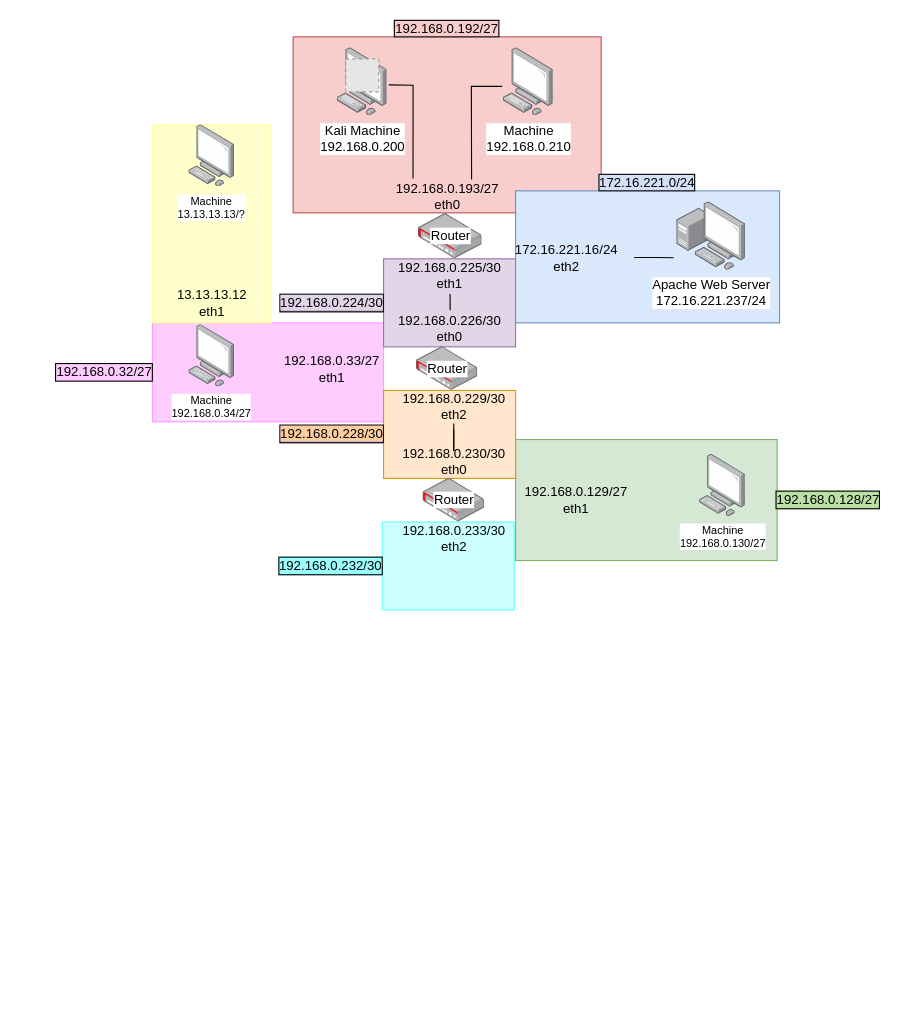
Before: Untitled Diagram.drawio in lukeitslukas/networking, a draw.io diagram. Source tidied: cells renumbered, new cells numbered last; positions are measured from the earlier drawing's top-left corner, leaving out a move shared by most shapes. Both pictures are drawn from the tidied source at 110%, with x=0, y=0 at pixel (152, 36). Pictures stored in the file or linked from it are replaced by grey dashed boxes.
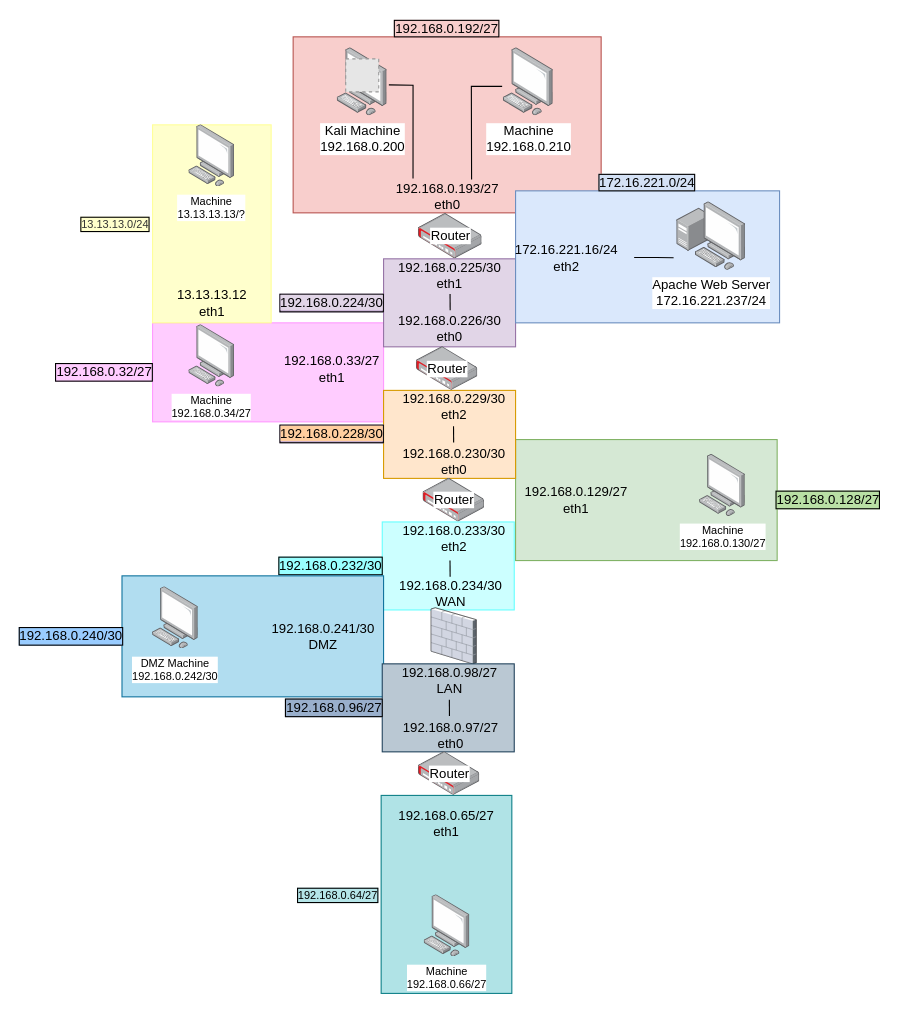
The same diagram, later.

The change refers to these unchanged cells:
```xml
<mxCell id="23" value="&lt;div&gt;192.168.0.229/30&lt;/div&gt;&lt;div&gt;eth2&lt;/div&gt;" style="text;html=1;align=center;verticalAlign=middle;points=[];strokeColor=none;fillColor=none;spacing=2;" parent="1" vertex="1">
  <mxGeometry x="214" y="316.4" width="120" height="40" as="geometry" />
</mxCell>
<mxCell id="29" value="&lt;div&gt;192.168.0.230/30&lt;/div&gt;&lt;div&gt;eth0&lt;/div&gt;" style="text;html=1;align=center;verticalAlign=middle;points=[];strokeColor=none;fillColor=none;" parent="1" vertex="1">
  <mxGeometry x="219" y="371.4" width="110" height="30" as="geometry" />
</mxCell>
```

What changed in the source:
```diff
@@
-    <mxCell id="13" style="edgeStyle=orthogonalEdgeStyle;rounded=0;jettySize=auto;html=1;entryX=0.499;entryY=0.014;entryDx=0;entryDy=0;entryPerimeter=0;endArrow=none;endFill=0;" parent="1" edge="1" source="23" target="29">
-      <mxGeometry relative="1" as="geometry" />
-    </mxCell>
@@
-    <mxCell id="22" style="edgeStyle=orthogonalEdgeStyle;rounded=0;jettySize=auto;html=1;endArrow=none;endFill=0;" parent="1" edge="1" source="23" target="29">
-      <mxGeometry relative="1" as="geometry" />
-    </mxCell>
@@
-    <mxCell id="33" style="rounded=0;whiteSpace=wrap;html=1;labelBackgroundColor=#B9E0A5;labelBorderColor=default;fontSize=10;strokeColor=#FFFF99;fillColor=#FFFFCC;fontColor=#333333;" parent="1" vertex="1">
+    <mxCell id="33" value="&lt;div&gt;13.13.13.0/24&lt;/div&gt;" style="rounded=0;whiteSpace=wrap;html=1;labelBackgroundColor=#FFFFCC;labelBorderColor=default;fontSize=10;strokeColor=#FFFF99;fillColor=#FFFFCC;fontColor=#333333;labelPosition=left;verticalLabelPosition=middle;align=right;verticalAlign=middle;" parent="1" vertex="1">
       <mxGeometry x="0.2" y="80" width="107.8" height="180" as="geometry" />
     </mxCell>
@@
+    <mxCell id="36" value="&lt;div&gt;192.168.0.240/30&lt;/div&gt;" style="rounded=0;labelBackgroundColor=#99CCFF;labelBorderColor=default;fillColor=#b1ddf0;strokeColor=#10739e;labelPosition=left;verticalLabelPosition=middle;align=right;verticalAlign=middle;spacing=-1;whiteSpace=wrap;html=1;fontColor=#000000;" parent="1" vertex="1">
+      <mxGeometry x="-27.6" y="490" width="237.8" height="110" as="geometry" />
+    </mxCell>
+    <mxCell id="37" value="&lt;div&gt;DMZ Machine&lt;/div&gt;&lt;div&gt;192.168.0.242/30&lt;/div&gt;" style="html=1;align=center;shadow=0;dashed=0;image;image=img/lib/allied_telesis/computer_and_terminals/Personal_Computer.svg;whiteSpace=wrap;fontSize=10;verticalAlign=top;" parent="1" vertex="1">
+      <mxGeometry x="0.2" y="500" width="41.7" height="56.5" as="geometry" />
+    </mxCell>
+    <mxCell id="38" style="verticalLabelPosition=bottom;sketch=0;html=1;verticalAlign=top;strokeColor=none;align=center;shape=mxgraph.citrix.firewall;labelBackgroundColor=#99CCFF;fontColor=#000000;" parent="1" vertex="1">
+      <mxGeometry x="253.4" y="519" width="41.1" height="51" as="geometry" />
+    </mxCell>
+    <mxCell id="39" value="192.168.0.241/30&lt;br&gt;DMZ" style="text;html=1;align=center;verticalAlign=middle;strokeColor=none;fillColor=none;fontColor=#000000;" parent="1" vertex="1">
+      <mxGeometry x="100.2" y="530" width="110" height="30" as="geometry" />
+    </mxCell>
+    <mxCell id="40" value="&lt;div&gt;192.168.0.234/30&lt;/div&gt;&lt;div&gt;WAN&lt;br&gt;&lt;/div&gt;" style="text;html=1;align=center;verticalAlign=middle;strokeColor=none;fillColor=none;fontColor=#000000;" parent="1" vertex="1">
+      <mxGeometry x="215.8" y="491" width="110" height="30" as="geometry" />
+    </mxCell>
+    <mxCell id="41" value="192.168.0.96/27" style="rounded=0;whiteSpace=wrap;html=1;labelBackgroundColor=#99AFCC;labelBorderColor=default;fillColor=#bac8d3;strokeColor=#23445d;labelPosition=left;verticalLabelPosition=middle;align=right;verticalAlign=middle;spacing=-1;" parent="1" vertex="1">
+      <mxGeometry x="209" y="570" width="120" height="80" as="geometry" />
+    </mxCell>
+    <mxCell id="42" value="&lt;div&gt;192.168.0.98/27&lt;/div&gt;&lt;div&gt;LAN&lt;br&gt;&lt;/div&gt;" style="text;html=1;align=center;verticalAlign=middle;strokeColor=none;fillColor=none;" parent="1" vertex="1">
+      <mxGeometry x="220.2" y="570" width="100" height="30" as="geometry" />
+    </mxCell>
+    <mxCell id="43" value="&lt;div&gt;192.168.0.97/27&lt;/div&gt;&lt;div&gt;eth0&lt;br&gt;&lt;/div&gt;" style="text;html=1;align=center;verticalAlign=middle;strokeColor=none;fillColor=none;fontColor=#000000;" parent="1" vertex="1">
+      <mxGeometry x="220.8" y="620" width="100" height="30" as="geometry" />
+    </mxCell>
+    <mxCell id="44" style="endArrow=none;html=1;rounded=0;entryX=0.504;entryY=1.067;entryDx=0;entryDy=0;entryPerimeter=0;exitX=0.505;exitY=-0.05;exitDx=0;exitDy=0;exitPerimeter=0;" parent="1" edge="1">
+      <mxGeometry relative="1" as="geometry">
+        <mxPoint x="270.7" y="490.9" as="sourcePoint" />
+        <mxPoint x="270.6" y="476.1" as="targetPoint" />
+      </mxGeometry>
+    </mxCell>
+    <mxCell id="45" style="endArrow=none;html=1;rounded=0;entryX=0.504;entryY=1.067;entryDx=0;entryDy=0;entryPerimeter=0;exitX=0.505;exitY=-0.05;exitDx=0;exitDy=0;exitPerimeter=0;" parent="1" edge="1">
+      <mxGeometry relative="1" as="geometry">
+        <mxPoint x="270.1" y="617.4" as="sourcePoint" />
+        <mxPoint x="270" y="602.6" as="targetPoint" />
+      </mxGeometry>
+    </mxCell>
+    <mxCell id="46" style="endArrow=none;html=1;rounded=0;entryX=0.504;entryY=1.067;entryDx=0;entryDy=0;entryPerimeter=0;exitX=0.505;exitY=-0.05;exitDx=0;exitDy=0;exitPerimeter=0;" parent="1" edge="1">
+      <mxGeometry relative="1" as="geometry">
+        <mxPoint x="273.9" y="368.7" as="sourcePoint" />
+        <mxPoint x="273.8" y="354" as="targetPoint" />
+      </mxGeometry>
+    </mxCell>
+    <mxCell id="47" value="Router" style="html=1;align=center;shadow=0;dashed=0;image;image=img/lib/allied_telesis/security/Router_VPN.svg;labelPosition=center;verticalLabelPosition=middle;verticalAlign=middle;" parent="1" vertex="1">
+      <mxGeometry x="241.9" y="650" width="55.8" height="39.6" as="geometry" />
+    </mxCell>
+    <mxCell id="48" value="192.168.0.64/27" style="rounded=0;whiteSpace=wrap;html=1;labelBackgroundColor=#B5E5E8;labelBorderColor=default;fontSize=10;strokeColor=#0e8088;fillColor=#b0e3e6;labelPosition=left;verticalLabelPosition=middle;align=right;verticalAlign=middle;" parent="1" vertex="1">
+      <mxGeometry x="208" y="689.6" width="118.8" height="180" as="geometry" />
+    </mxCell>
+    <mxCell id="49" value="&lt;div style=&quot;font-size: 10px&quot;&gt;Machine&lt;br style=&quot;font-size: 10px&quot;&gt;&lt;/div&gt;&lt;div style=&quot;font-size: 10px&quot;&gt;192.168.0.66/27&lt;/div&gt;" style="html=1;align=center;shadow=0;dashed=0;image;image=img/lib/allied_telesis/computer_and_terminals/Personal_Computer.svg;whiteSpace=wrap;fontSize=10;verticalAlign=top;" parent="1" vertex="1">
+      <mxGeometry x="247.1" y="780" width="41.7" height="56.5" as="geometry" />
+    </mxCell>
+    <mxCell id="50" value="&lt;div&gt;192.168.0.65/27&lt;/div&gt;&lt;div&gt;eth1&lt;/div&gt;" style="text;html=1;align=center;verticalAlign=middle;strokeColor=none;fillColor=none;fontColor=#000000;" parent="1" vertex="1">
+      <mxGeometry x="217.4" y="700" width="100" height="30" as="geometry" />
+    </mxCell>
```
